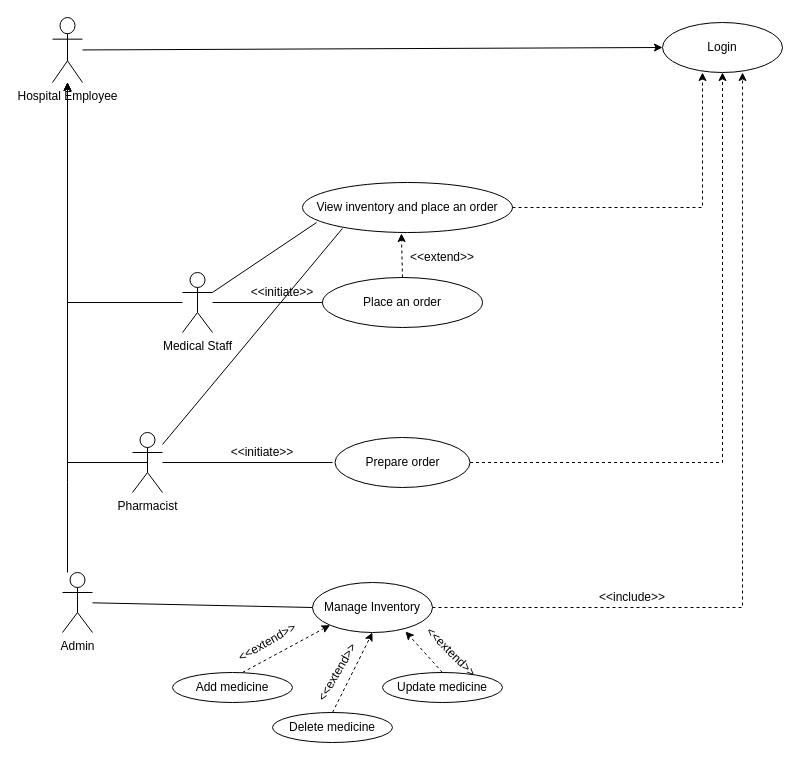
The draw.io diagram UseCase.drawio in EduardRares/ISS, before the edit. Source tidied: cells renumbered, new cells numbered last; positions are measured from the earlier drawing's top-left corner, leaving out a move shared by most shapes. Both pictures are drawn from the tidied source at 100%, with x=0, y=0 at pixel (52, 17).
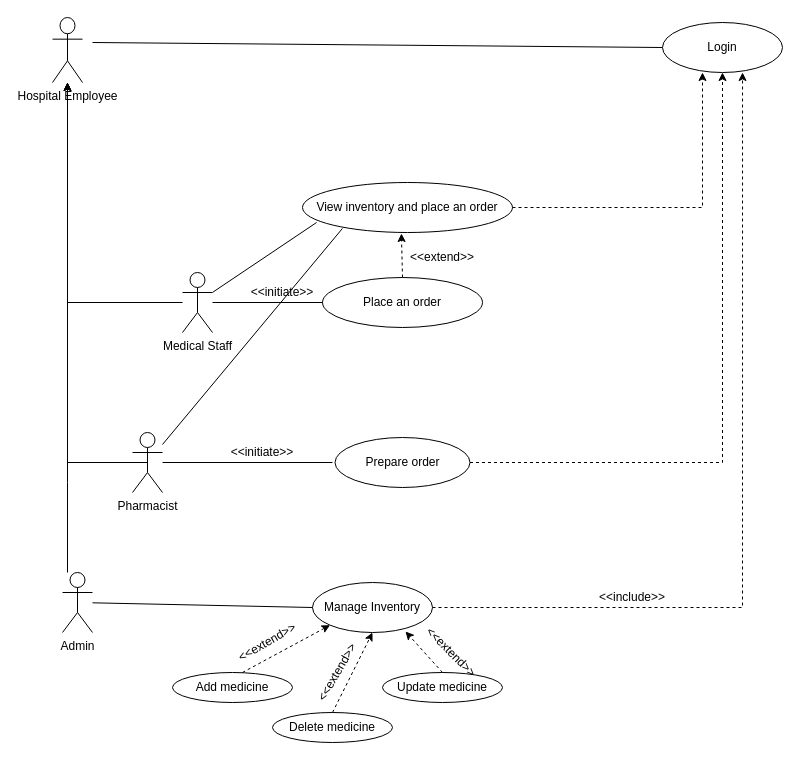
The same diagram, later.

Unchanged cells that the change refers to:
```xml
<mxCell id="2" value="Login" style="ellipse;whiteSpace=wrap;html=1;" parent="1" vertex="1">
  <mxGeometry x="610" y="5" width="120" height="50" as="geometry" />
</mxCell>
<mxCell id="3" value="Hospital Employee&lt;div&gt;&lt;br&gt;&lt;/div&gt;" style="shape=umlActor;verticalLabelPosition=bottom;verticalAlign=top;html=1;outlineConnect=0;" parent="1" vertex="1">
  <mxGeometry width="30" height="65" as="geometry" />
</mxCell>
```

Change to the diagram source:
```diff
@@
-    <mxCell id="36" style="endArrow=classic;html=1;rounded=0;entryX=0;entryY=0.5;entryDx=0;entryDy=0;" parent="1" edge="1" source="3" target="2">
-      <mxGeometry relative="1" as="geometry" />
-    </mxCell>
+    <mxCell id="37" style="endArrow=none;html=1;rounded=0;exitX=0;exitY=0.5;exitDx=0;exitDy=0;" parent="1" edge="1" source="2">
+      <mxGeometry relative="1" as="geometry">
+        <mxPoint x="40" y="25" as="targetPoint" />
+      </mxGeometry>
+    </mxCell>
```
